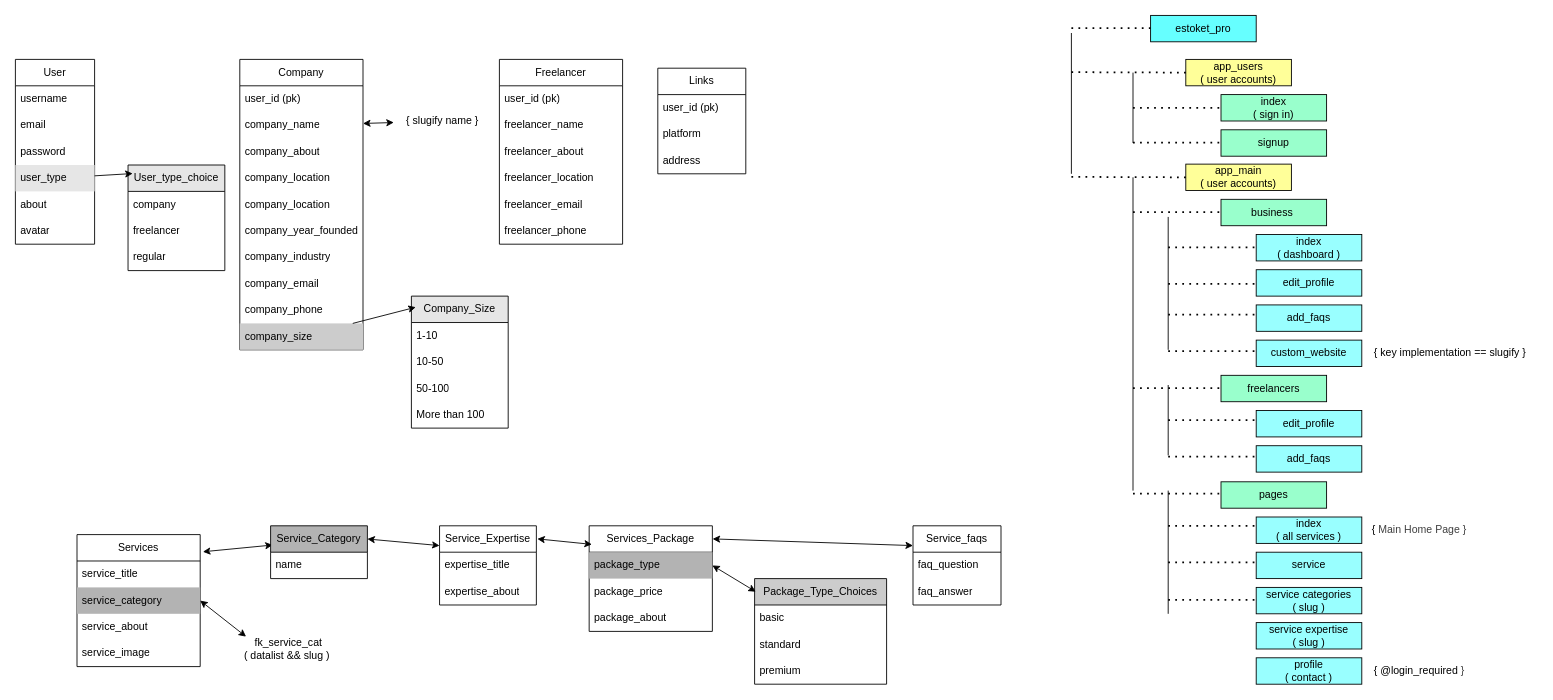
This is z_proto.drawio from I-AGBLE/estoket_pro, a draw.io file, before an edit. Source tidied: cells renumbered, new cells numbered last; positions are measured from the earlier drawing's top-left corner, leaving out a move shared by most shapes. Both pictures are drawn from the tidied source at 88%, with x=0, y=0 at pixel (15, 15).
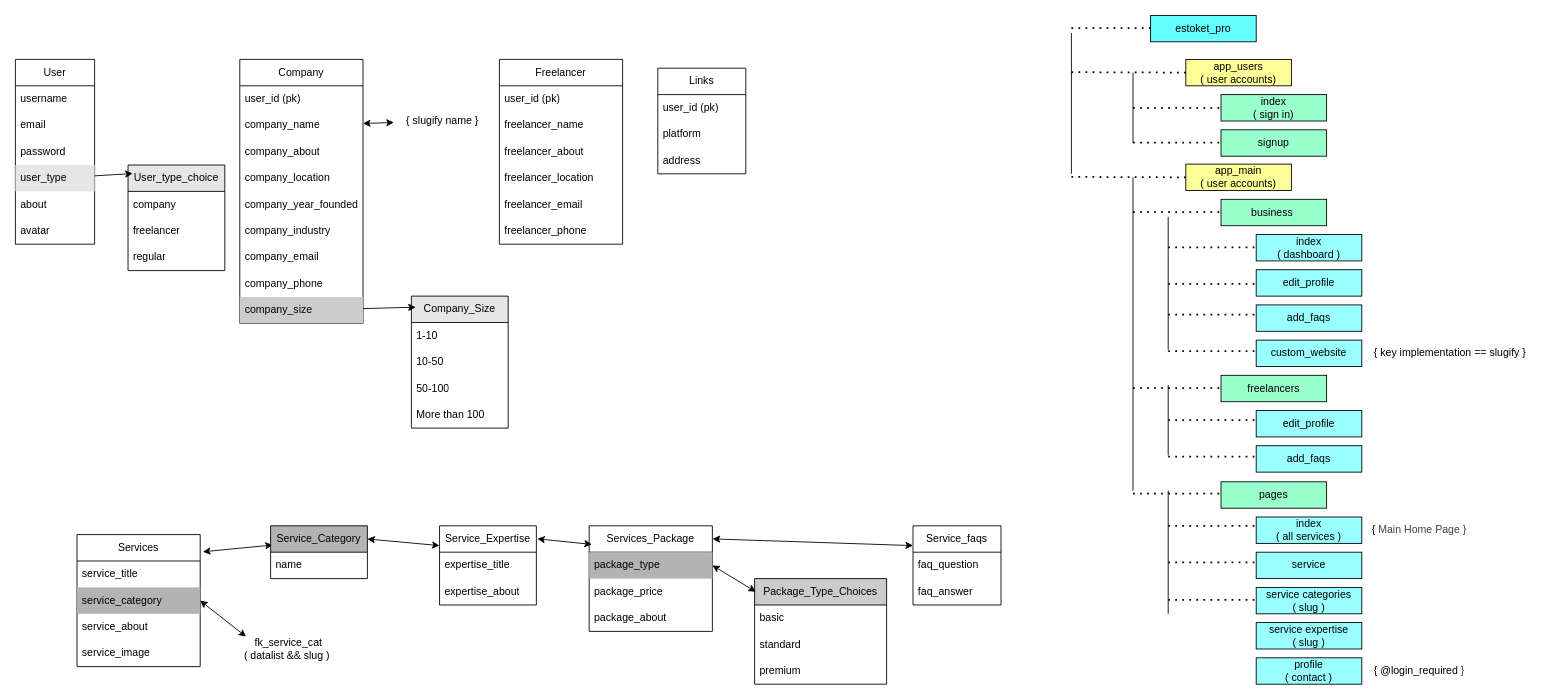
After the change.

Change to the diagram source:
```diff
@@
     <mxCell id="44" value="Company" style="swimlane;fontStyle=0;horizontal=1;startSize=30;whiteSpace=wrap;html=1;" parent="1" vertex="1">
-      <mxGeometry x="255" y="50" width="140" height="330" as="geometry" />
+      <mxGeometry x="255" y="50" width="140" height="300" as="geometry" />
     </mxCell>
@@
-    <mxCell id="48" value="company_location" style="text;strokeColor=none;fillColor=none;align=left;verticalAlign=middle;spacingLeft=4;spacingRight=4;overflow=hidden;whiteSpace=wrap;html=1;" parent="44" vertex="1">
-      <mxGeometry y="120" width="140" height="30" as="geometry" />
-    </mxCell>
     <mxCell id="49" value="company_location" style="text;strokeColor=none;fillColor=none;align=left;verticalAlign=middle;spacingLeft=4;spacingRight=4;overflow=hidden;whiteSpace=wrap;html=1;" parent="44" vertex="1">
-      <mxGeometry y="150" width="140" height="30" as="geometry" />
+      <mxGeometry y="120" width="140" height="30" as="geometry" />
     </mxCell>
     <mxCell id="50" value="company_year_founded" style="text;strokeColor=none;fillColor=none;align=left;verticalAlign=middle;spacingLeft=4;spacingRight=4;overflow=hidden;whiteSpace=wrap;html=1;" parent="44" vertex="1">
-      <mxGeometry y="180" width="140" height="30" as="geometry" />
+      <mxGeometry y="150" width="140" height="30" as="geometry" />
     </mxCell>
     <mxCell id="51" value="company_industry" style="text;strokeColor=none;fillColor=none;align=left;verticalAlign=middle;spacingLeft=4;spacingRight=4;overflow=hidden;whiteSpace=wrap;html=1;" parent="44" vertex="1">
-      <mxGeometry y="210" width="140" height="30" as="geometry" />
+      <mxGeometry y="180" width="140" height="30" as="geometry" />
     </mxCell>
     <mxCell id="52" value="company_email" style="text;strokeColor=none;fillColor=none;align=left;verticalAlign=middle;spacingLeft=4;spacingRight=4;overflow=hidden;whiteSpace=wrap;html=1;" parent="44" vertex="1">
-      <mxGeometry y="240" width="140" height="30" as="geometry" />
+      <mxGeometry y="210" width="140" height="30" as="geometry" />
     </mxCell>
     <mxCell id="53" value="company_phone" style="text;strokeColor=none;fillColor=none;align=left;verticalAlign=middle;spacingLeft=4;spacingRight=4;overflow=hidden;whiteSpace=wrap;html=1;" parent="44" vertex="1">
-      <mxGeometry y="270" width="140" height="30" as="geometry" />
+      <mxGeometry y="240" width="140" height="30" as="geometry" />
     </mxCell>
     <mxCell id="54" value="company_size" style="text;strokeColor=none;fillColor=#CCCCCC;align=left;verticalAlign=middle;spacingLeft=4;spacingRight=4;overflow=hidden;points=[[0,0.5],[1,0.5]];portConstraint=eastwest;whiteSpace=wrap;html=1;" parent="44" vertex="1">
-      <mxGeometry y="300" width="140" height="30" as="geometry" />
+      <mxGeometry y="270" width="140" height="30" as="geometry" />
     </mxCell>
```
